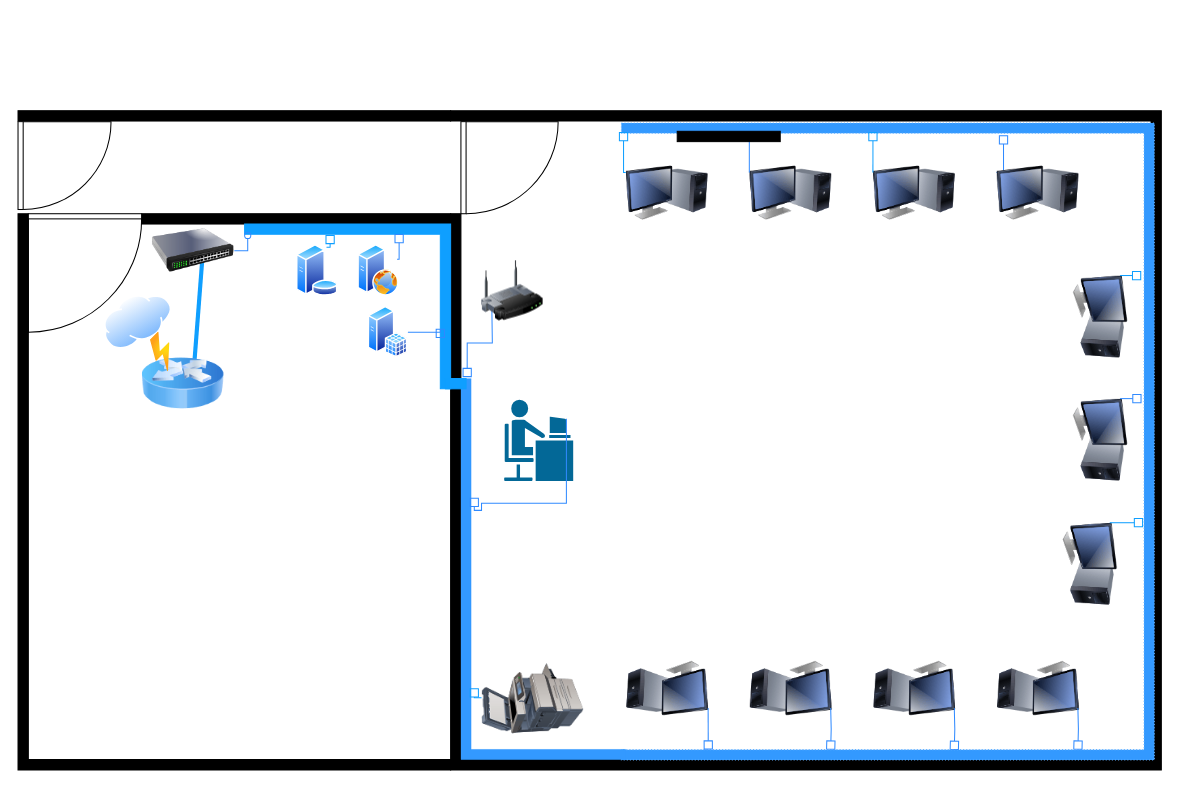
jocasilvalima/Primeira-Aula-Redes keeps this draw.io diagram as Primaira-Aula-Redes.drawio. Above is the earlier version. Source tidied: cells renumbered, new cells numbered last; positions are measured from the earlier drawing's top-left corner, leaving out a move shared by most shapes. Both pictures are drawn from the tidied source at 103%, with x=0, y=0 at pixel (18, 110).
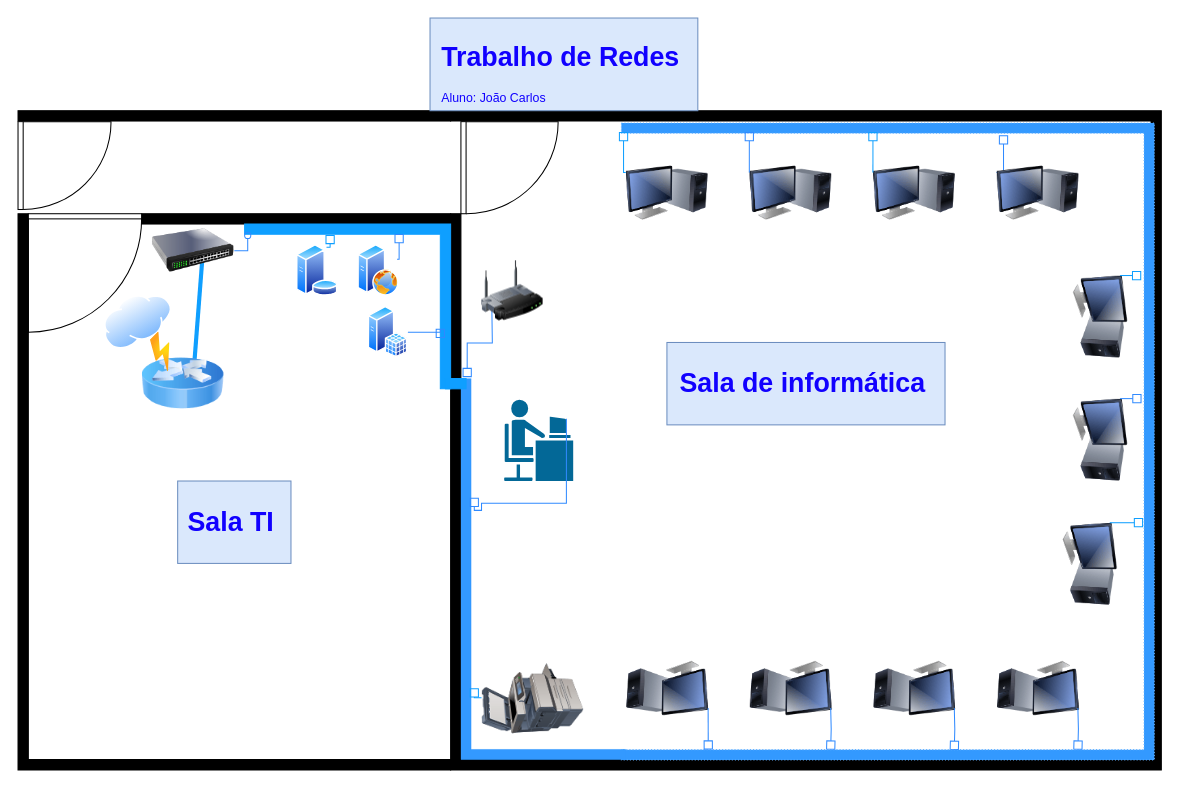
The same diagram, later.

Change to the diagram source:
```diff
@@
-    <mxCell id="37" style="verticalLabelPosition=bottom;html=1;verticalAlign=top;align=center;shape=mxgraph.floorplan.wall;fillColor=strokeColor;" parent="1" vertex="1">
-      <mxGeometry x="640" y="20" width="100" height="10" as="geometry" />
-    </mxCell>
@@
+    <mxCell id="55" value="&lt;h1 style=&quot;font-size: 26px;&quot;&gt;&lt;font color=&quot;#1100ff&quot;&gt;Sala de informática&amp;nbsp;&lt;/font&gt;&lt;/h1&gt;" style="text;html=1;align=center;verticalAlign=middle;strokeColor=#6c8ebf;fillColor=#dae8fc;" parent="1" vertex="1">
+      <mxGeometry x="630" y="225" width="270" height="80" as="geometry" />
+    </mxCell>
+    <mxCell id="56" value="&lt;h1 style=&quot;font-size: 26px;&quot;&gt;&lt;font color=&quot;#1100ff&quot;&gt;Sala TI&amp;nbsp;&lt;/font&gt;&lt;/h1&gt;" style="text;html=1;align=center;verticalAlign=middle;strokeColor=#6c8ebf;fillColor=#dae8fc;" parent="1" vertex="1">
+      <mxGeometry x="155" y="359.5" width="110" height="80" as="geometry" />
+    </mxCell>
+    <mxCell id="57" value="&lt;h1 style=&quot;font-size: 26px;&quot;&gt;&lt;font color=&quot;#1100ff&quot;&gt;Trabalho de Redes&amp;nbsp;&lt;/font&gt;&lt;/h1&gt;&lt;div style=&quot;text-align: left;&quot;&gt;&lt;font color=&quot;#1100ff&quot;&gt;Aluno: João Carlos&lt;/font&gt;&lt;/div&gt;" style="text;html=1;align=center;verticalAlign=middle;strokeColor=#6c8ebf;fillColor=#dae8fc;" parent="1" vertex="1">
+      <mxGeometry x="400" y="-90" width="260" height="90" as="geometry" />
+    </mxCell>
```
